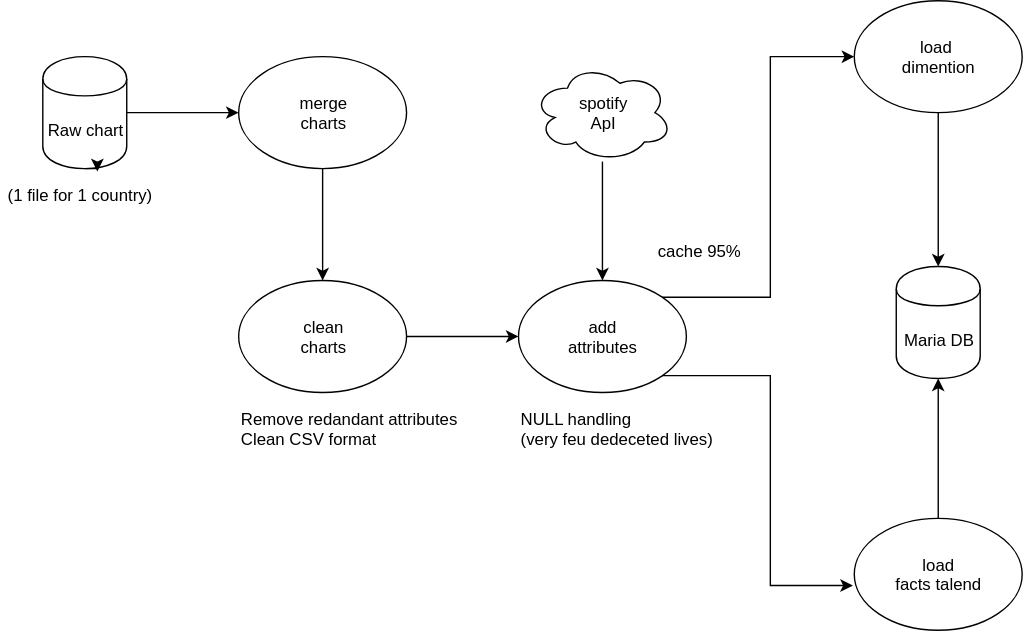
Before: figures/master_job.svg, a diagram exported from draw.io (AlexChanson/DW). Source tidied: cells renumbered, new cells last; positions are measured from the earlier drawing's top-left corner, leaving out a move shared by most shapes.
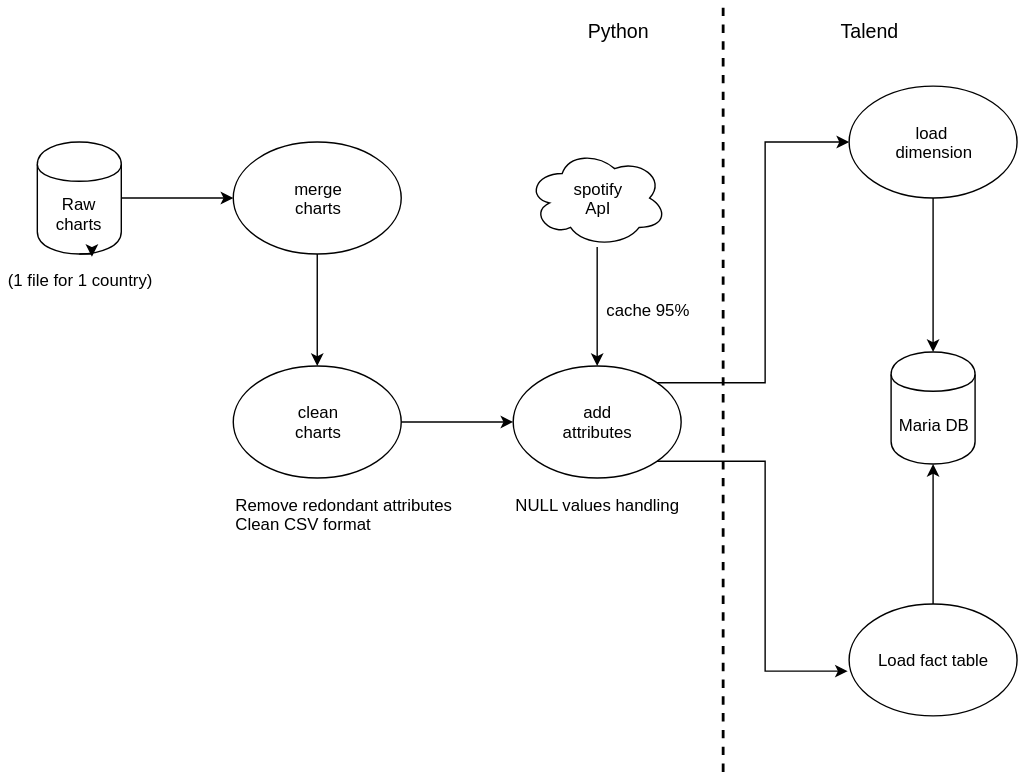
Above is the later version.

The edit, as a diff of the source:
```diff
@@ -7,11 +7,11 @@
         <mxPoint x="170" y="80" as="targetPoint" />
       </mxGeometry>
     </mxCell>
-    <mxCell id="3" value="&lt;span&gt;Raw chart&lt;/span&gt;" style="shape=cylinder;whiteSpace=wrap;html=1;boundedLbl=1;backgroundOutline=1;" parent="1" vertex="1">
+    <mxCell id="3" value="&lt;span&gt;Raw chart&lt;/span&gt;s" style="shape=cylinder;whiteSpace=wrap;html=1;boundedLbl=1;backgroundOutline=1;" parent="1" vertex="1">
       <mxGeometry x="30" y="40" width="60" height="80" as="geometry" />
     </mxCell>
     <mxCell id="4" value="&amp;nbsp;(1 file for 1 country)" style="text;html=1;align=left;verticalAlign=top;spacingTop=-4;" parent="1" vertex="1">
-      <mxGeometry y="130" width="120" height="20" as="geometry" />
+      <mxGeometry x="4" y="129" width="120" height="20" as="geometry" />
     </mxCell>
     <mxCell id="5" style="edgeStyle=orthogonalEdgeStyle;rounded=0;html=1;jettySize=auto;" parent="1" edge="1" source="6" target="8">
       <mxGeometry relative="1" as="geometry" />
@@ -43,29 +43,41 @@
     <mxCell id="14" style="edgeStyle=orthogonalEdgeStyle;rounded=0;html=1;exitX=0.5;exitY=1;entryX=0.5;entryY=0;jettySize=auto;" parent="1" edge="1" source="15" target="18">
       <mxGeometry relative="1" as="geometry" />
     </mxCell>
-    <mxCell id="15" value="load&amp;nbsp;&lt;br&gt;dimention&lt;br&gt;" style="ellipse;whiteSpace=wrap;html=1;" parent="1" vertex="1">
+    <mxCell id="15" value="load&amp;nbsp;&lt;br&gt;dimension" style="ellipse;whiteSpace=wrap;html=1;" parent="1" vertex="1">
       <mxGeometry x="610" width="120" height="80" as="geometry" />
     </mxCell>
     <mxCell id="16" style="edgeStyle=orthogonalEdgeStyle;rounded=0;html=1;exitX=0.5;exitY=0;entryX=0.5;entryY=1;jettySize=auto;" parent="1" edge="1" source="17" target="18">
       <mxGeometry relative="1" as="geometry" />
     </mxCell>
-    <mxCell id="17" value="load&lt;br&gt;facts talend&lt;br&gt;" style="ellipse;whiteSpace=wrap;html=1;" parent="1" vertex="1">
+    <mxCell id="17" value="Load fact table" style="ellipse;whiteSpace=wrap;html=1;" parent="1" vertex="1">
       <mxGeometry x="610" y="370" width="120" height="80" as="geometry" />
     </mxCell>
     <mxCell id="18" value="Maria DB" style="shape=cylinder;whiteSpace=wrap;html=1;boundedLbl=1;backgroundOutline=1;" parent="1" vertex="1">
       <mxGeometry x="640" y="190" width="60" height="80" as="geometry" />
     </mxCell>
-    <mxCell id="19" value="Remove redandant attributes&lt;br&gt;Clean CSV format&lt;br&gt;" style="text;html=1;align=left;verticalAlign=top;spacingTop=-4;" parent="1" vertex="1">
+    <mxCell id="19" value="Remove redondant attributes&lt;br&gt;Clean CSV format" style="text;html=1;align=left;verticalAlign=top;spacingTop=-4;" parent="1" vertex="1">
       <mxGeometry x="170" y="290" width="170" height="30" as="geometry" />
     </mxCell>
     <mxCell id="20" style="edgeStyle=orthogonalEdgeStyle;rounded=0;html=1;exitX=0.5;exitY=1;entryX=0.65;entryY=1.025;entryPerimeter=0;jettySize=auto;orthogonalLoop=1;" parent="1" edge="1" source="3" target="3">
       <mxGeometry relative="1" as="geometry" />
     </mxCell>
-    <mxCell id="21" value="NULL handling&lt;br&gt;(very feu dedeceted lives)&lt;br&gt;" style="text;html=1;align=left;verticalAlign=top;spacingTop=-4;" parent="1" vertex="1">
-      <mxGeometry x="370" y="290" width="150" height="30" as="geometry" />
+    <mxCell id="21" value="NULL values handling&lt;br&gt;" style="text;html=1;align=left;verticalAlign=top;spacingTop=-4;" parent="1" vertex="1">
+      <mxGeometry x="370" y="290" width="140" height="20" as="geometry" />
     </mxCell>
     <mxCell id="22" value="cache 95%" style="text;html=1;align=left;verticalAlign=top;spacingTop=-4;" parent="1" vertex="1">
-      <mxGeometry x="468" y="170" width="70" height="20" as="geometry" />
+      <mxGeometry x="435" y="151" width="70" height="20" as="geometry" />
     </mxCell>
+    <mxCell id="23" style="endArrow=none;dashed=1;html=1;strokeWidth=2;" parent="1" edge="1">
+      <mxGeometry relative="1" as="geometry">
+        <mxPoint x="520" y="490" as="sourcePoint" />
+        <mxPoint x="520" y="-60" as="targetPoint" />
+      </mxGeometry>
+    </mxCell>
+    <mxCell id="24" value="&lt;font style=&quot;font-size: 14px&quot;&gt;Python&lt;/font&gt;" style="text;html=1;strokeColor=none;fillColor=none;align=center;verticalAlign=middle;whiteSpace=wrap;rounded=0;" parent="1" vertex="1">
+      <mxGeometry x="425" y="-50" width="40" height="20" as="geometry" />
+    </mxCell>
+    <mxCell id="25" value="&lt;font style=&quot;font-size: 14px&quot;&gt;Talend&lt;/font&gt;" style="text;html=1;strokeColor=none;fillColor=none;align=center;verticalAlign=middle;whiteSpace=wrap;rounded=0;" parent="1" vertex="1">
+      <mxGeometry x="604" y="-50" width="40" height="20" as="geometry" />
+    </mxCell>
   </root>
 </mxGraphModel>
```
